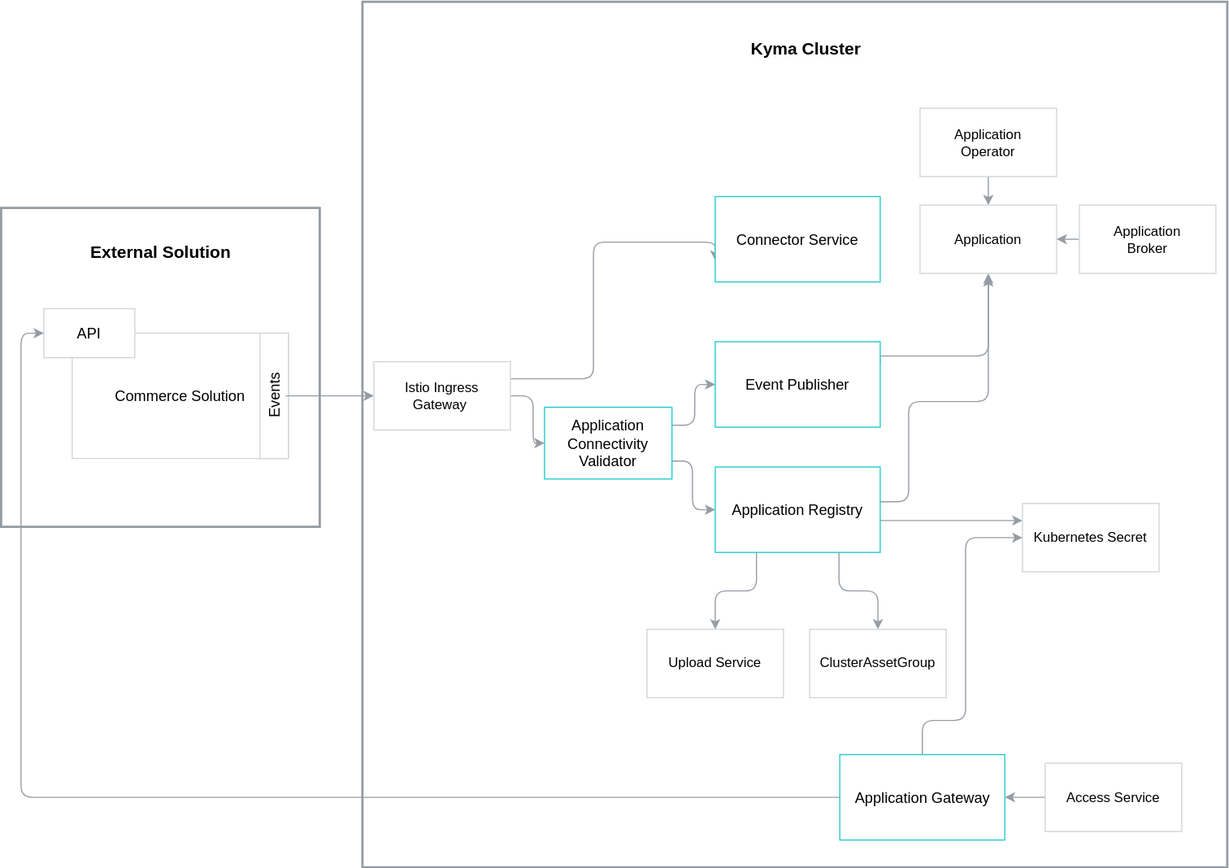
The draw.io diagram docs/05-technical-reference/03-architecture/assets/ac-application-connector-architecture.svg in kyma-project/kyma, before a commit. Source tidied: cells renumbered, new cells last; positions are measured from the earlier drawing's top-left corner, leaving out a move shared by most shapes.
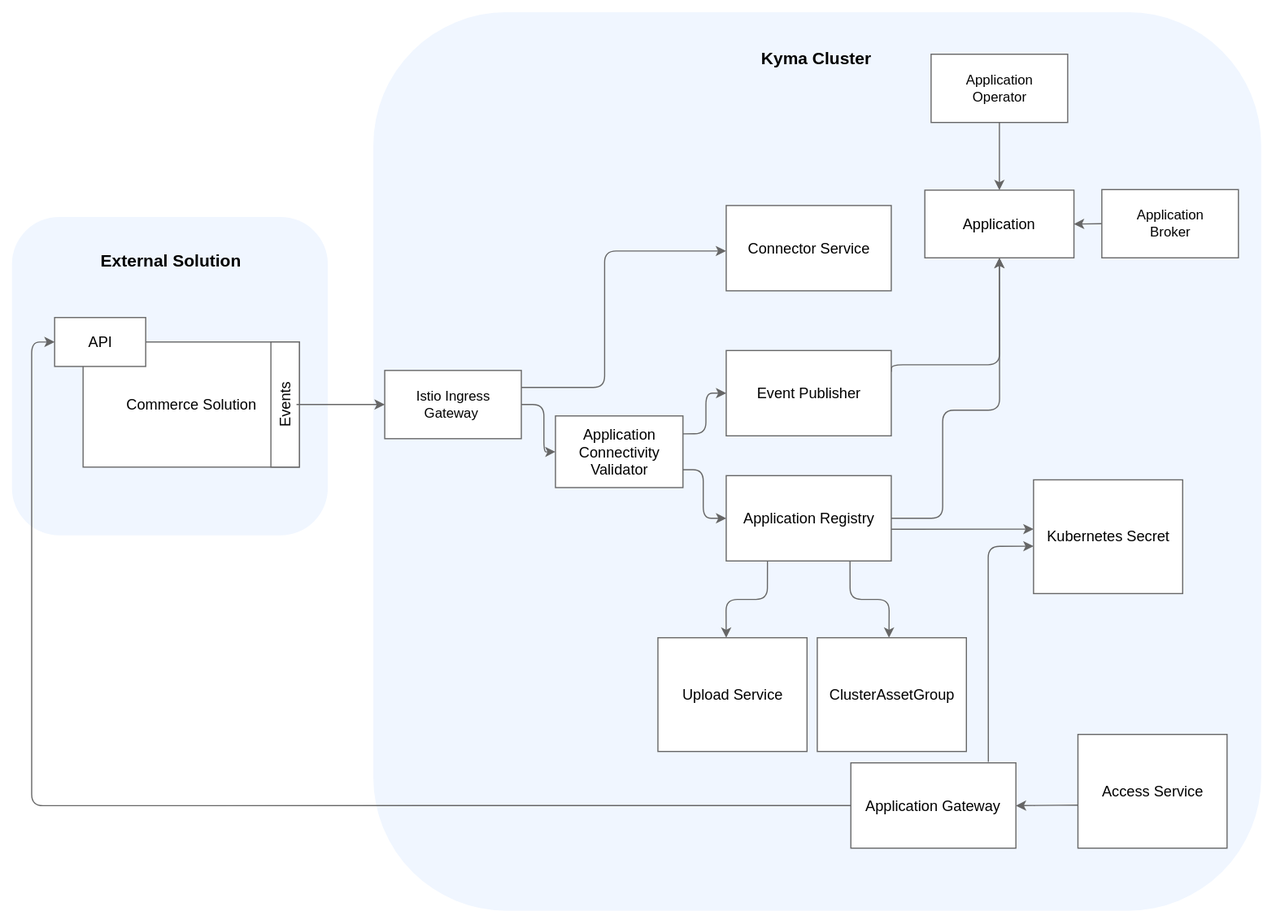
After the commit.

What changed in the source:
```diff
@@ -2,74 +2,76 @@
   <root>
     <mxCell id="0" />
     <mxCell id="1" parent="0" />
-    <mxCell id="2" style="whiteSpace=wrap;html=1;strokeColor=#959CA4;strokeWidth=2;fillColor=#ffffff;" parent="1" vertex="1">
-      <mxGeometry x="0.5" y="181" width="280" height="280" as="geometry" />
-    </mxCell>
-    <mxCell id="3" style="whiteSpace=wrap;html=1;strokeColor=#959CA4;strokeWidth=2;fillColor=#ffffff;" parent="1" vertex="1">
-      <mxGeometry x="318" width="760" height="760" as="geometry" />
-    </mxCell>
+    <mxCell id="38" style="rounded=0;whiteSpace=wrap;html=1;labelBackgroundColor=none;fontSize=13;strokeWidth=1;fillColor=#ffffff;gradientColor=none;align=right;strokeColor=none;" parent="1" vertex="1">
+      <mxGeometry x="-9.5" y="-9" width="1120" height="810" as="geometry" />
+    </mxCell>
+    <mxCell id="39" style="rounded=1;whiteSpace=wrap;html=1;strokeColor=none;fillColor=#F0F6FF;" parent="1" vertex="1">
+      <mxGeometry x="318" y="1" width="780" height="790" as="geometry" />
+    </mxCell>
+    <mxCell id="40" style="rounded=1;whiteSpace=wrap;html=1;strokeColor=none;fillColor=#F0F6FF;" parent="1" vertex="1">
+      <mxGeometry x="0.5" y="181" width="277.5" height="280" as="geometry" />
+    </mxCell>
     <mxCell id="4" value="&lt;font style=&quot;font-size: 15px&quot;&gt;&lt;b&gt;Kyma Cluster&lt;/b&gt;&lt;/font&gt;" style="text;html=1;strokeColor=none;fillColor=none;align=center;verticalAlign=middle;whiteSpace=wrap;rounded=0;" parent="1" vertex="1">
       <mxGeometry x="602.5" y="31" width="210" height="20" as="geometry" />
     </mxCell>
     <mxCell id="5" value="&lt;font style=&quot;font-size: 15px&quot;&gt;&lt;b&gt;External Solution&lt;/b&gt;&lt;/font&gt;" style="text;html=1;strokeColor=none;fillColor=none;align=center;verticalAlign=middle;whiteSpace=wrap;rounded=0;" parent="1" vertex="1">
       <mxGeometry x="5.5" y="208.5" width="270" height="20" as="geometry" />
     </mxCell>
-    <mxCell id="6" value="&lt;span style=&quot;font-size: 13px&quot;&gt;Commerce Solution&lt;/span&gt;&lt;br&gt;" style="rounded=0;whiteSpace=wrap;html=1;strokeColor=#D2D5D9;strokeWidth=1;fillColor=#ffffff;" parent="1" vertex="1">
+    <mxCell id="6" value="&lt;span style=&quot;font-size: 13px&quot;&gt;Commerce Solution&lt;/span&gt;&lt;br&gt;" style="rounded=0;whiteSpace=wrap;html=1;strokeWidth=1;fillColor=#ffffff;strokeColor=#666666;" parent="1" vertex="1">
       <mxGeometry x="63" y="291" width="190" height="110" as="geometry" />
     </mxCell>
-    <mxCell id="7" style="rounded=0;whiteSpace=wrap;html=1;strokeColor=#D2D5D9;strokeWidth=1;fillColor=#ffffff;" parent="1" vertex="1">
+    <mxCell id="7" style="rounded=0;whiteSpace=wrap;html=1;strokeWidth=1;fillColor=#ffffff;strokeColor=#666666;" parent="1" vertex="1">
       <mxGeometry x="228" y="291" width="25" height="110" as="geometry" />
     </mxCell>
-    <mxCell id="8" style="edgeStyle=orthogonalEdgeStyle;rounded=0;html=1;exitX=0.5;exitY=1;exitDx=0;exitDy=0;entryX=0;entryY=0.5;entryDx=0;entryDy=0;jettySize=auto;strokeColor=#959CA4;" parent="1" edge="1" source="9" target="16">
+    <mxCell id="8" style="edgeStyle=orthogonalEdgeStyle;rounded=1;html=1;exitX=0.5;exitY=1;exitDx=0;exitDy=0;entryX=0;entryY=0.5;entryDx=0;entryDy=0;jettySize=auto;strokeColor=#666666;" parent="1" edge="1" source="9" target="16">
       <mxGeometry relative="1" as="geometry" />
     </mxCell>
     <mxCell id="9" value="&lt;font style=&quot;font-size: 13px&quot;&gt;Events&lt;br&gt;&lt;/font&gt;" style="text;html=1;strokeColor=none;fillColor=none;align=center;verticalAlign=middle;whiteSpace=wrap;rounded=0;rotation=-90;" parent="1" vertex="1">
       <mxGeometry x="220.5" y="336" width="40" height="20" as="geometry" />
     </mxCell>
-    <mxCell id="10" style="edgeStyle=orthogonalEdgeStyle;rounded=1;comic=0;html=1;jettySize=auto;strokeColor=#959CA4;entryX=0;entryY=0.5;exitX=1;exitY=0.25;exitDx=0;exitDy=0;" parent="1" edge="1" source="37" target="12">
+    <mxCell id="10" style="edgeStyle=orthogonalEdgeStyle;rounded=1;comic=0;html=1;jettySize=auto;entryX=0;entryY=0.5;exitX=1;exitY=0.25;exitDx=0;exitDy=0;strokeColor=#666666;" parent="1" edge="1" source="37" target="12">
       <mxGeometry relative="1" as="geometry" />
     </mxCell>
-    <mxCell id="11" style="edgeStyle=orthogonalEdgeStyle;rounded=1;comic=0;html=1;exitX=1;exitY=0.25;entryX=0.5;entryY=1;jettySize=auto;strokeColor=#959CA4;" parent="1" edge="1" source="12" target="17">
+    <mxCell id="11" style="edgeStyle=orthogonalEdgeStyle;rounded=1;comic=0;html=1;exitX=1;exitY=0.25;jettySize=auto;entryX=0.5;entryY=1;entryDx=0;entryDy=0;entryPerimeter=0;strokeColor=#666666;" parent="1" edge="1" source="12" target="17">
       <mxGeometry relative="1" as="geometry">
         <Array as="points">
-          <mxPoint x="675" y="311" />
-          <mxPoint x="810" y="311" />
+          <mxPoint x="773" y="311" />
+          <mxPoint x="868" y="311" />
         </Array>
       </mxGeometry>
     </mxCell>
-    <mxCell id="12" value="&lt;font style=&quot;font-size: 13px&quot;&gt;Event Publisher&lt;/font&gt;" style="rounded=0;whiteSpace=wrap;html=1;strokeColor=#24CACC;strokeWidth=1;fillColor=#ffffff;" parent="1" vertex="1">
+    <mxCell id="12" value="&lt;font style=&quot;font-size: 13px&quot;&gt;Event Publisher&lt;/font&gt;" style="rounded=0;whiteSpace=wrap;html=1;strokeWidth=1;fillColor=#ffffff;strokeColor=#666666;" parent="1" vertex="1">
       <mxGeometry x="628" y="298.5" width="145" height="75" as="geometry" />
     </mxCell>
-    <mxCell id="13" style="edgeStyle=orthogonalEdgeStyle;rounded=1;comic=0;html=1;exitX=1;exitY=0.25;jettySize=auto;strokeColor=#959CA4;entryX=0;entryY=0.75;" parent="1" edge="1" source="16" target="14">
+    <mxCell id="13" style="edgeStyle=orthogonalEdgeStyle;rounded=1;comic=0;html=1;exitX=1;exitY=0.25;jettySize=auto;strokeColor=#666666;" parent="1" edge="1" source="16">
       <mxGeometry relative="1" as="geometry">
+        <mxPoint x="628" y="211" as="targetPoint" />
         <Array as="points">
           <mxPoint x="521" y="331" />
           <mxPoint x="521" y="211" />
+          <mxPoint x="628" y="211" />
         </Array>
       </mxGeometry>
     </mxCell>
-    <mxCell id="14" value="&lt;font style=&quot;font-size: 13px&quot;&gt;Connector Service&lt;br&gt;&lt;/font&gt;" style="rounded=0;whiteSpace=wrap;html=1;strokeColor=#24CACC;strokeWidth=1;fillColor=#ffffff;" parent="1" vertex="1">
+    <mxCell id="14" value="&lt;font style=&quot;font-size: 13px&quot;&gt;Connector Service&lt;br&gt;&lt;/font&gt;" style="rounded=0;whiteSpace=wrap;html=1;strokeWidth=1;fillColor=#ffffff;strokeColor=#666666;" parent="1" vertex="1">
       <mxGeometry x="628" y="171" width="145" height="75" as="geometry" />
     </mxCell>
-    <mxCell id="15" style="edgeStyle=orthogonalEdgeStyle;rounded=1;jettySize=auto;html=1;exitX=1;exitY=0.5;exitDx=0;exitDy=0;entryX=0;entryY=0.5;entryDx=0;entryDy=0;strokeColor=#959CA4;" parent="1" edge="1" source="16" target="37">
+    <mxCell id="15" style="edgeStyle=orthogonalEdgeStyle;rounded=1;jettySize=auto;html=1;exitX=1;exitY=0.5;exitDx=0;exitDy=0;entryX=0;entryY=0.5;entryDx=0;entryDy=0;strokeColor=#666666;" parent="1" edge="1" source="16" target="37">
       <mxGeometry relative="1" as="geometry" />
     </mxCell>
-    <mxCell id="16" value="Istio Ingress Gateway&amp;nbsp;&lt;br&gt;" style="rounded=0;whiteSpace=wrap;html=1;strokeColor=#D2D5D9;strokeWidth=1;fillColor=#ffffff;" parent="1" vertex="1">
+    <mxCell id="16" value="Istio Ingress Gateway&amp;nbsp;&lt;br&gt;" style="rounded=0;whiteSpace=wrap;html=1;strokeWidth=1;fillColor=#ffffff;strokeColor=#666666;" parent="1" vertex="1">
       <mxGeometry x="328" y="316" width="120" height="60" as="geometry" />
     </mxCell>
-    <mxCell id="17" value="Application" style="rounded=0;whiteSpace=wrap;html=1;strokeColor=#D2D5D9;strokeWidth=1;fillColor=#ffffff;" parent="1" vertex="1">
-      <mxGeometry x="808" y="178.5" width="120" height="60" as="geometry" />
-    </mxCell>
-    <mxCell id="18" style="edgeStyle=orthogonalEdgeStyle;rounded=1;comic=0;html=1;exitX=0.5;exitY=1;jettySize=auto;strokeColor=#959CA4;" parent="1" edge="1" source="19" target="17">
+    <mxCell id="18" style="edgeStyle=orthogonalEdgeStyle;rounded=1;comic=0;html=1;exitX=0.5;exitY=1;jettySize=auto;entryX=0.5;entryY=0;entryDx=0;entryDy=0;entryPerimeter=0;strokeColor=#666666;" parent="1" edge="1" source="19" target="17">
       <mxGeometry relative="1" as="geometry" />
     </mxCell>
-    <mxCell id="19" value="Application&lt;br&gt;Operator&lt;br&gt;" style="rounded=0;whiteSpace=wrap;html=1;strokeColor=#D2D5D9;strokeWidth=1;fillColor=#ffffff;" parent="1" vertex="1">
-      <mxGeometry x="808" y="93.5" width="120" height="60" as="geometry" />
+    <mxCell id="19" value="Application&lt;br&gt;Operator&lt;br&gt;" style="rounded=0;whiteSpace=wrap;html=1;strokeWidth=1;fillColor=#ffffff;strokeColor=#666666;" parent="1" vertex="1">
+      <mxGeometry x="808" y="38" width="120" height="60" as="geometry" />
     </mxCell>
-    <mxCell id="20" value="&lt;font style=&quot;font-size: 13px&quot;&gt;API&lt;/font&gt;" style="rounded=0;whiteSpace=wrap;html=1;strokeColor=#D2D5D9;strokeWidth=1;fillColor=#ffffff;" parent="1" vertex="1">
+    <mxCell id="20" value="&lt;font style=&quot;font-size: 13px&quot;&gt;API&lt;/font&gt;" style="rounded=0;whiteSpace=wrap;html=1;strokeWidth=1;fillColor=#ffffff;strokeColor=#666666;" parent="1" vertex="1">
       <mxGeometry x="38" y="269.5" width="80" height="43" as="geometry" />
     </mxCell>
-    <mxCell id="21" style="edgeStyle=orthogonalEdgeStyle;rounded=1;comic=0;html=1;entryX=0;entryY=0.5;jettySize=auto;strokeColor=#959CA4;exitX=1;exitY=0.75;exitDx=0;exitDy=0;" parent="1" edge="1" source="37" target="24">
+    <mxCell id="21" style="edgeStyle=orthogonalEdgeStyle;rounded=1;comic=0;html=1;entryX=0;entryY=0.5;jettySize=auto;exitX=1;exitY=0.75;exitDx=0;exitDy=0;strokeColor=#666666;" parent="1" edge="1" source="37" target="24">
       <mxGeometry relative="1" as="geometry">
         <Array as="points">
           <mxPoint x="608" y="403" />
@@ -77,73 +79,81 @@
         </Array>
       </mxGeometry>
     </mxCell>
-    <mxCell id="22" style="edgeStyle=orthogonalEdgeStyle;rounded=1;comic=0;html=1;exitX=1;exitY=0.5;jettySize=auto;strokeColor=#959CA4;" parent="1" edge="1" source="24">
+    <mxCell id="22" style="edgeStyle=orthogonalEdgeStyle;rounded=1;comic=0;html=1;exitX=1;exitY=0.5;jettySize=auto;startArrow=none;entryX=0.5;entryY=1;entryDx=0;entryDy=0;entryPerimeter=0;exitDx=0;exitDy=0;strokeColor=#666666;" parent="1" edge="1" source="24" target="17">
       <mxGeometry relative="1" as="geometry">
-        <mxPoint x="868" y="241" as="targetPoint" />
         <Array as="points">
-          <mxPoint x="675" y="446" />
-          <mxPoint x="675" y="439" />
-          <mxPoint x="798" y="439" />
-          <mxPoint x="798" y="351" />
+          <mxPoint x="818" y="446" />
+          <mxPoint x="818" y="351" />
           <mxPoint x="868" y="351" />
         </Array>
       </mxGeometry>
     </mxCell>
-    <mxCell id="23" style="edgeStyle=orthogonalEdgeStyle;rounded=1;comic=0;html=1;entryX=0;entryY=0.25;jettySize=auto;strokeColor=#959CA4;entryDx=0;entryDy=0;" parent="1" edge="1" target="26">
+    <mxCell id="23" style="edgeStyle=orthogonalEdgeStyle;rounded=1;comic=0;html=1;entryX=0;entryY=0.25;jettySize=auto;entryDx=0;entryDy=0;strokeColor=#666666;exitX=1.001;exitY=0.628;exitDx=0;exitDy=0;exitPerimeter=0;" parent="1" edge="1" source="24">
       <mxGeometry relative="1" as="geometry">
-        <mxPoint x="676" y="457" as="sourcePoint" />
+        <mxPoint x="898" y="455.5" as="targetPoint" />
         <Array as="points">
-          <mxPoint x="676" y="456" />
+          <mxPoint x="778" y="455" />
+          <mxPoint x="778" y="455" />
         </Array>
       </mxGeometry>
     </mxCell>
-    <mxCell id="24" value="&lt;font style=&quot;font-size: 13px&quot;&gt;Application Registry&lt;/font&gt;" style="rounded=0;whiteSpace=wrap;html=1;strokeColor=#24CACC;strokeWidth=1;fillColor=#ffffff;" parent="1" vertex="1">
+    <mxCell id="24" value="&lt;font style=&quot;font-size: 13px&quot;&gt;Application Registry&lt;/font&gt;" style="rounded=0;whiteSpace=wrap;html=1;strokeWidth=1;fillColor=#ffffff;strokeColor=#666666;" parent="1" vertex="1">
       <mxGeometry x="628" y="408.5" width="145" height="75" as="geometry" />
     </mxCell>
-    <mxCell id="25" value="ClusterAssetGroup" style="rounded=0;whiteSpace=wrap;html=1;strokeColor=#D2D5D9;strokeWidth=1;fillColor=#ffffff;" parent="1" vertex="1">
-      <mxGeometry x="711" y="551" width="120" height="60" as="geometry" />
-    </mxCell>
-    <mxCell id="26" value="Kubernetes Secret" style="rounded=0;whiteSpace=wrap;html=1;strokeColor=#D2D5D9;strokeWidth=1;fillColor=#ffffff;" parent="1" vertex="1">
-      <mxGeometry x="898" y="440.5" width="120" height="60" as="geometry" />
-    </mxCell>
-    <mxCell id="27" style="edgeStyle=orthogonalEdgeStyle;rounded=1;comic=0;html=1;exitX=0;exitY=0.5;jettySize=auto;strokeColor=#959CA4;" parent="1" edge="1" source="28" target="31">
+    <mxCell id="27" style="edgeStyle=orthogonalEdgeStyle;rounded=1;comic=0;html=1;jettySize=auto;exitX=0.002;exitY=0.622;exitDx=0;exitDy=0;exitPerimeter=0;strokeColor=#666666;" parent="1" edge="1" source="28" target="31">
       <mxGeometry relative="1" as="geometry" />
     </mxCell>
-    <mxCell id="28" value="Access Service&lt;br&gt;" style="rounded=0;whiteSpace=wrap;html=1;strokeColor=#D2D5D9;strokeWidth=1;fillColor=#ffffff;" parent="1" vertex="1">
-      <mxGeometry x="918" y="668.5" width="120" height="60" as="geometry" />
-    </mxCell>
-    <mxCell id="29" style="edgeStyle=orthogonalEdgeStyle;rounded=1;comic=0;html=1;exitX=0.5;exitY=0;entryX=0;entryY=0.5;jettySize=auto;strokeColor=#959CA4;" parent="1" edge="1" source="31" target="26">
+    <mxCell id="29" style="edgeStyle=orthogonalEdgeStyle;rounded=1;comic=0;html=1;exitX=0.833;exitY=-0.011;entryX=0;entryY=0.5;jettySize=auto;exitDx=0;exitDy=0;exitPerimeter=0;strokeColor=#666666;" parent="1" edge="1" source="31">
       <mxGeometry relative="1" as="geometry">
+        <mxPoint x="898" y="470.5" as="targetPoint" />
         <Array as="points">
-          <mxPoint x="810" y="631" />
-          <mxPoint x="848" y="631" />
-          <mxPoint x="848" y="471" />
+          <mxPoint x="858" y="471" />
         </Array>
       </mxGeometry>
     </mxCell>
-    <mxCell id="30" style="edgeStyle=orthogonalEdgeStyle;rounded=1;comic=0;html=1;exitX=0;exitY=0.5;entryX=0;entryY=0.5;jettySize=auto;strokeColor=#959CA4;" parent="1" edge="1" source="31" target="20">
+    <mxCell id="30" style="edgeStyle=orthogonalEdgeStyle;rounded=1;comic=0;html=1;exitX=0;exitY=0.5;entryX=0;entryY=0.5;jettySize=auto;strokeColor=#666666;" parent="1" edge="1" source="31" target="20">
       <mxGeometry relative="1" as="geometry" />
     </mxCell>
-    <mxCell id="31" value="&lt;font style=&quot;font-size: 13px&quot;&gt;Application Gateway&lt;/font&gt;" style="rounded=0;whiteSpace=wrap;html=1;strokeColor=#24CACC;strokeWidth=1;fillColor=#ffffff;" parent="1" vertex="1">
+    <mxCell id="31" value="&lt;font style=&quot;font-size: 13px&quot;&gt;Application Gateway&lt;/font&gt;" style="rounded=0;whiteSpace=wrap;html=1;strokeWidth=1;fillColor=#ffffff;strokeColor=#666666;" parent="1" vertex="1">
       <mxGeometry x="737.5" y="661" width="145" height="75" as="geometry" />
     </mxCell>
-    <mxCell id="32" style="edgeStyle=orthogonalEdgeStyle;rounded=0;html=1;exitX=0;exitY=0.5;exitDx=0;exitDy=0;entryX=1;entryY=0.5;entryDx=0;entryDy=0;jettySize=auto;strokeColor=#959CA4;" parent="1" edge="1" source="33" target="17">
-      <mxGeometry relative="1" as="geometry" />
+    <mxCell id="32" style="edgeStyle=orthogonalEdgeStyle;rounded=1;html=1;exitX=0;exitY=0.5;exitDx=0;exitDy=0;jettySize=auto;entryX=1;entryY=0.5;entryDx=0;entryDy=0;strokeColor=#666666;" parent="1" edge="1" source="33" target="17">
+      <mxGeometry relative="1" as="geometry">
+        <Array as="points">
+          <mxPoint x="933.5" y="187" />
+        </Array>
+      </mxGeometry>
     </mxCell>
-    <mxCell id="33" value="Application&lt;br&gt;Broker&lt;br&gt;" style="rounded=0;whiteSpace=wrap;html=1;strokeColor=#D2D5D9;strokeWidth=1;fillColor=#ffffff;" parent="1" vertex="1">
-      <mxGeometry x="948" y="178.5" width="120" height="60" as="geometry" />
+    <mxCell id="33" value="Application&lt;br&gt;Broker&lt;br&gt;" style="rounded=0;whiteSpace=wrap;html=1;strokeWidth=1;fillColor=#ffffff;strokeColor=#666666;" parent="1" vertex="1">
+      <mxGeometry x="958" y="157" width="120" height="60" as="geometry" />
     </mxCell>
-    <mxCell id="34" value="Upload Service&lt;br&gt;" style="rounded=0;whiteSpace=wrap;html=1;strokeColor=#D2D5D9;strokeWidth=1;fillColor=#ffffff;" parent="1" vertex="1">
-      <mxGeometry x="568" y="551" width="120" height="60" as="geometry" />
-    </mxCell>
-    <mxCell id="35" style="edgeStyle=orthogonalEdgeStyle;rounded=1;comic=0;html=1;exitX=0.75;exitY=1;entryX=0.5;entryY=0;jettySize=auto;strokeColor=#959CA4;exitDx=0;exitDy=0;entryDx=0;entryDy=0;" parent="1" edge="1" source="24" target="25">
-      <mxGeometry relative="1" as="geometry" />
+    <mxCell id="35" style="edgeStyle=orthogonalEdgeStyle;rounded=1;comic=0;html=1;exitX=0.75;exitY=1;entryX=0.5;entryY=0;jettySize=auto;exitDx=0;exitDy=0;entryDx=0;entryDy=0;strokeColor=#666666;" parent="1" edge="1" source="24">
+      <mxGeometry relative="1" as="geometry">
+        <mxPoint x="771" y="551" as="targetPoint" />
+      </mxGeometry>
     </mxCell>
-    <mxCell id="36" style="edgeStyle=orthogonalEdgeStyle;rounded=1;comic=0;html=1;jettySize=auto;strokeColor=#959CA4;exitX=0.25;exitY=1;exitDx=0;exitDy=0;" parent="1" edge="1" source="24" target="34">
-      <mxGeometry relative="1" as="geometry" />
+    <mxCell id="36" style="edgeStyle=orthogonalEdgeStyle;rounded=1;comic=0;html=1;jettySize=auto;exitX=0.25;exitY=1;exitDx=0;exitDy=0;strokeColor=#666666;" parent="1" edge="1" source="24">
+      <mxGeometry relative="1" as="geometry">
+        <mxPoint x="628" y="551" as="targetPoint" />
+      </mxGeometry>
     </mxCell>
-    <mxCell id="37" value="&lt;font style=&quot;font-size: 13px&quot;&gt;Application Connectivity Validator&lt;br&gt;&lt;/font&gt;" style="rounded=0;whiteSpace=wrap;html=1;strokeColor=#24CACC;strokeWidth=1;fillColor=#ffffff;" parent="1" vertex="1">
+    <mxCell id="37" value="&lt;font style=&quot;font-size: 13px&quot;&gt;Application Connectivity Validator&lt;br&gt;&lt;/font&gt;" style="rounded=0;whiteSpace=wrap;html=1;strokeWidth=1;fillColor=#ffffff;strokeColor=#666666;" parent="1" vertex="1">
       <mxGeometry x="478" y="356" width="112" height="63" as="geometry" />
     </mxCell>
+    <mxCell id="26" value="&lt;font style=&quot;font-size: 13px&quot;&gt;Kubernetes Secret&lt;br&gt;&lt;/font&gt;" style="whiteSpace=wrap;html=1;backgroundOutline=1;darkOpacity=0.05;strokeColor=#666666;" parent="1" vertex="1">
+      <mxGeometry x="898" y="412.2" width="131" height="100" as="geometry" />
+    </mxCell>
+    <mxCell id="34" value="&lt;font style=&quot;font-size: 13px&quot;&gt;Upload Service&lt;/font&gt;" style="whiteSpace=wrap;html=1;backgroundOutline=1;darkOpacity=0.05;strokeColor=#666666;" parent="1" vertex="1">
+      <mxGeometry x="568" y="551" width="131" height="100" as="geometry" />
+    </mxCell>
+    <mxCell id="25" value="&lt;font style=&quot;font-size: 13px&quot;&gt;ClusterAssetGroup&lt;br&gt;&lt;/font&gt;" style="whiteSpace=wrap;html=1;backgroundOutline=1;darkOpacity=0.05;strokeColor=#666666;" parent="1" vertex="1">
+      <mxGeometry x="708" y="551" width="131" height="100" as="geometry" />
+    </mxCell>
+    <mxCell id="28" value="&lt;font style=&quot;font-size: 13px&quot;&gt;Access&amp;nbsp;Service&lt;/font&gt;" style="whiteSpace=wrap;html=1;backgroundOutline=1;darkOpacity=0.05;strokeColor=#666666;" parent="1" vertex="1">
+      <mxGeometry x="937" y="636" width="131" height="100" as="geometry" />
+    </mxCell>
+    <mxCell id="17" value="&lt;font style=&quot;font-size: 13px&quot;&gt;Application&lt;br&gt;&lt;/font&gt;" style="whiteSpace=wrap;html=1;backgroundOutline=1;darkOpacity=0.05;strokeColor=#666666;" parent="1" vertex="1">
+      <mxGeometry x="802.5" y="157.5" width="131" height="59.5" as="geometry" />
+    </mxCell>
   </root>
 </mxGraphModel>
```
